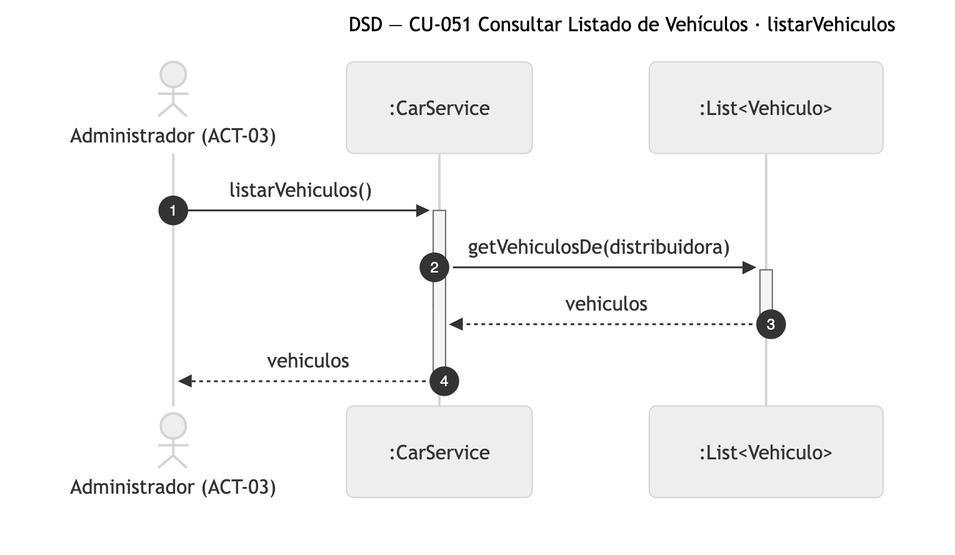
Nahuelito-Dev/splg-docs keeps this Mermaid diagram as diagramas/png/DSD_CU-051_listarVehiculos.png. Above is the earlier version. Its source is kept beside it as diagramas/DSD_CU-051_listarVehiculos.mmd.
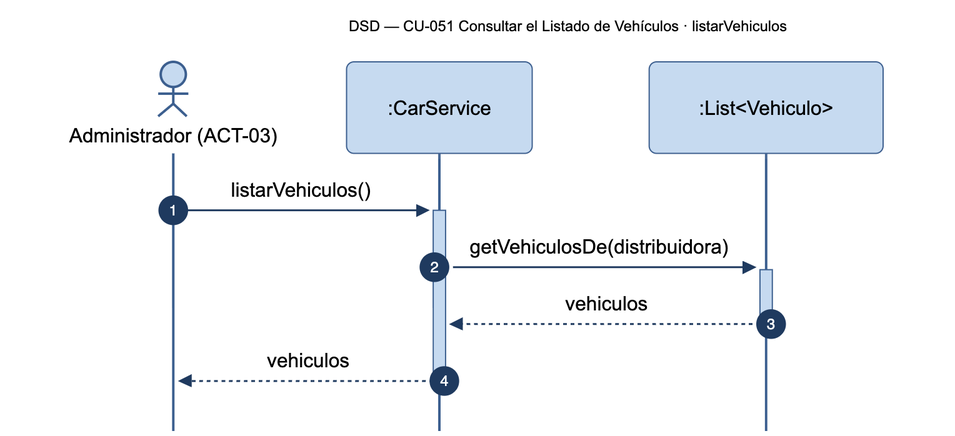
After the commit.

Diff of the diagram source:
```diff
@@ -1,5 +1,5 @@
 sequenceDiagram
-    title DSD — CU-051 Consultar Listado de Vehículos · listarVehiculos
+    title DSD — CU-051 Consultar el Listado de Vehículos · listarVehiculos
     autonumber
     actor ADM as Administrador (ACT-03)
     participant SRV as :CarService
```
